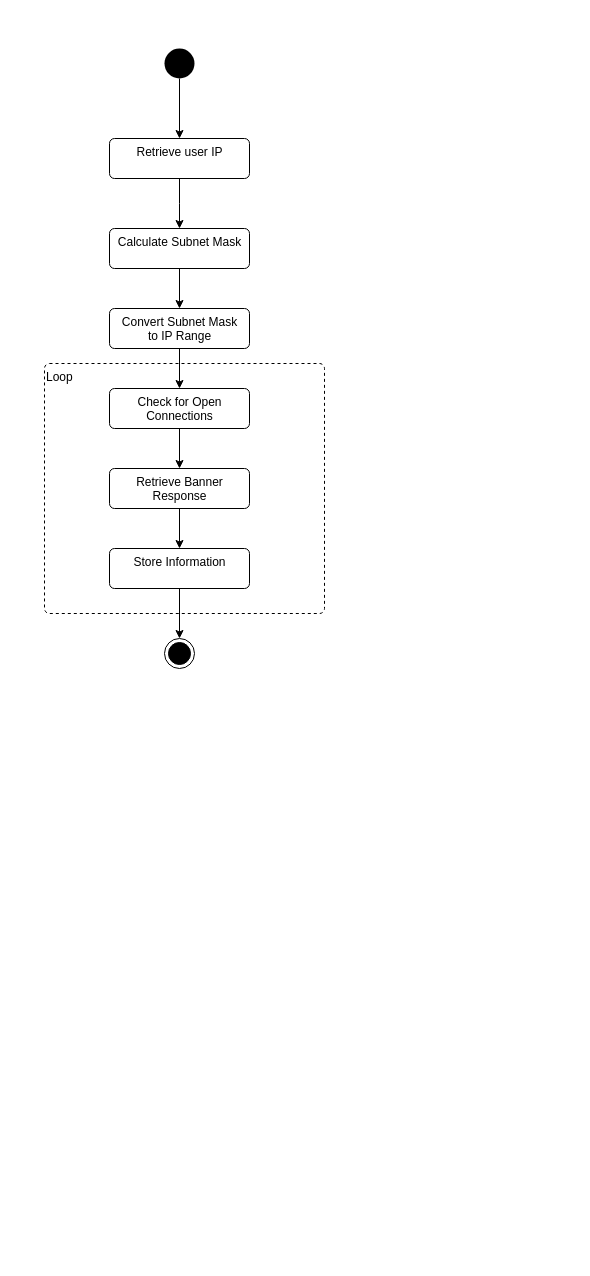
Before: page "Network Scan" (1 of 3) of Documentation/Diagrams/Design/CCI_app_UML_v01.drawio in KRechowicz/TrustUp, a draw.io diagram. Source tidied: cells renumbered, new cells numbered last; positions are measured from the earlier drawing's top-left corner, leaving out a move shared by most shapes. Both pictures are drawn from the tidied source at 100%, with x=0, y=0 at pixel (44, 48).
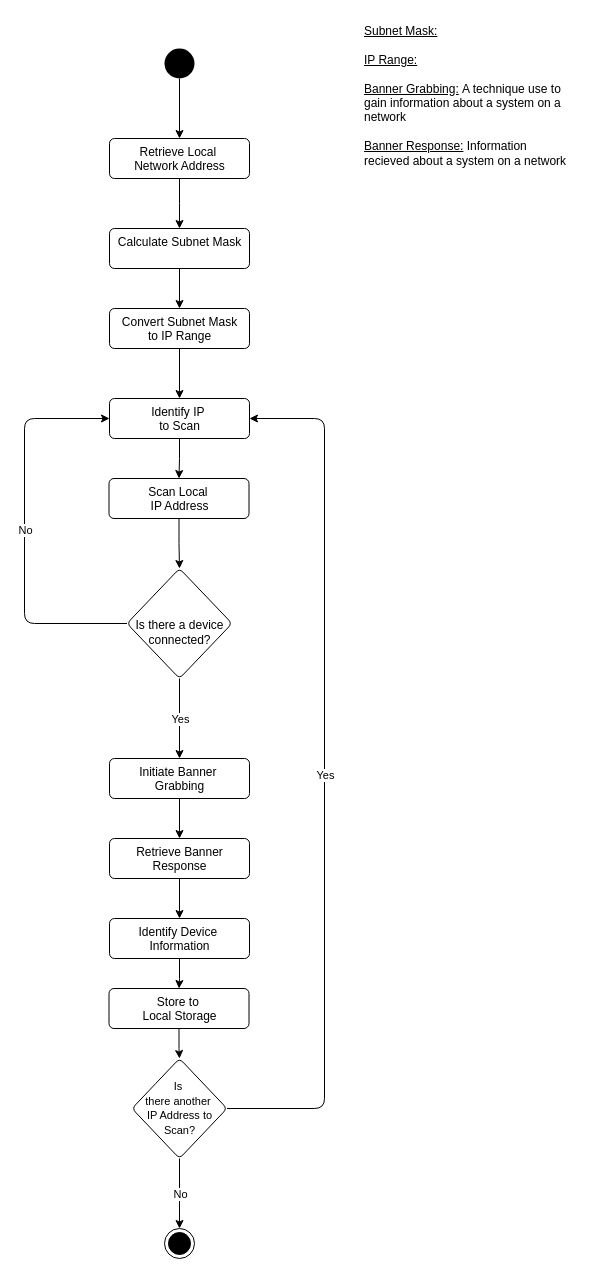
The same page after the edit.

The change refers to these unchanged cells:
```xml
<mxCell id="10" value="Convert Subnet Mask&lt;br&gt;to IP Range" style="html=1;align=center;verticalAlign=top;rounded=1;absoluteArcSize=1;arcSize=10;dashed=0;" parent="1" vertex="1">
  <mxGeometry x="65" y="260" width="140" height="40" as="geometry" />
</mxCell>
```

The edit, as a diff of the source:
```diff
@@
-    <mxCell id="2" value="Loop" style="html=1;align=left;verticalAlign=top;rounded=1;absoluteArcSize=1;arcSize=10;dashed=1;" parent="1" vertex="1">
-      <mxGeometry y="315" width="280" height="250" as="geometry" />
-    </mxCell>
@@
-    <mxCell id="6" value="Retrieve user IP" style="html=1;align=center;verticalAlign=top;rounded=1;absoluteArcSize=1;arcSize=10;dashed=0;" parent="1" vertex="1">
+    <mxCell id="6" value="Retrieve Local&amp;nbsp;&lt;br&gt;Network Address" style="html=1;align=center;verticalAlign=top;rounded=1;absoluteArcSize=1;arcSize=10;dashed=0;" parent="1" vertex="1">
       <mxGeometry x="65" y="90" width="140" height="40" as="geometry" />
     </mxCell>
@@
-    <mxCell id="9" style="edgeStyle=orthogonalEdgeStyle;rounded=0;jettySize=auto;html=1;entryX=0.5;entryY=0;entryDx=0;entryDy=0;" parent="1" edge="1" source="10" target="12">
-      <mxGeometry relative="1" as="geometry" />
-    </mxCell>
+    <mxCell id="18" style="edgeStyle=orthogonalEdgeStyle;rounded=0;jettySize=auto;html=1;entryX=0.5;entryY=0;entryDx=0;entryDy=0;" parent="1" edge="1" source="10" target="31">
+      <mxGeometry relative="1" as="geometry" />
+    </mxCell>
@@
-    <mxCell id="11" style="edgeStyle=orthogonalEdgeStyle;rounded=0;jettySize=auto;html=1;" parent="1" edge="1" source="12" target="14">
-      <mxGeometry relative="1" as="geometry" />
-    </mxCell>
-    <mxCell id="12" value="Check for Open &lt;br&gt;Connections&lt;br&gt;" style="html=1;align=center;verticalAlign=top;rounded=1;absoluteArcSize=1;arcSize=10;dashed=0;" parent="1" vertex="1">
-      <mxGeometry x="65" y="340" width="140" height="40" as="geometry" />
-    </mxCell>
-    <mxCell id="13" style="edgeStyle=orthogonalEdgeStyle;rounded=0;jettySize=auto;html=1;entryX=0.5;entryY=0;entryDx=0;entryDy=0;" parent="1" edge="1" source="14" target="16">
-      <mxGeometry relative="1" as="geometry" />
-    </mxCell>
+    <mxCell id="19" style="edgeStyle=orthogonalEdgeStyle;rounded=0;jettySize=auto;html=1;" parent="1" edge="1" source="20" target="21">
+      <mxGeometry relative="1" as="geometry" />
+    </mxCell>
+    <mxCell id="20" value="Scan Local&amp;nbsp;&lt;br&gt;IP Address" style="html=1;align=center;verticalAlign=top;rounded=1;absoluteArcSize=1;arcSize=10;dashed=0;" parent="1" vertex="1">
+      <mxGeometry x="64.5" y="430" width="140" height="40" as="geometry" />
+    </mxCell>
+    <mxCell id="21" value="&lt;div&gt;&lt;span&gt;&lt;br&gt;&lt;/span&gt;&lt;/div&gt;&lt;div&gt;&lt;span&gt;&lt;br&gt;&lt;/span&gt;&lt;/div&gt;&lt;div&gt;&lt;span&gt;&lt;br&gt;&lt;/span&gt;&lt;/div&gt;&lt;div&gt;&lt;span&gt;Is there a device connected?&lt;/span&gt;&lt;/div&gt;" style="rhombus;whiteSpace=wrap;html=1;rounded=1;dashed=0;verticalAlign=top;arcSize=10;align=center;" parent="1" vertex="1">
+      <mxGeometry x="82.5" y="520" width="105" height="110" as="geometry" />
+    </mxCell>
+    <mxCell id="22" style="endArrow=classic;html=1;exitX=0.5;exitY=1;exitDx=0;exitDy=0;entryX=0.5;entryY=0;entryDx=0;entryDy=0;" parent="1" edge="1" source="21" target="25">
+      <mxGeometry relative="1" as="geometry" />
+    </mxCell>
+    <mxCell id="23" value="Yes" style="edgeLabel;html=1;align=center;verticalAlign=middle;" parent="22" vertex="1">
+      <mxGeometry relative="1" as="geometry" />
+    </mxCell>
+    <mxCell id="24" style="edgeStyle=orthogonalEdgeStyle;rounded=0;jettySize=auto;html=1;entryX=0.5;entryY=0;entryDx=0;entryDy=0;" parent="1" edge="1" source="25" target="14">
+      <mxGeometry relative="1" as="geometry" />
+    </mxCell>
+    <mxCell id="25" value="Initiate Banner&amp;nbsp;&lt;br&gt;Grabbing" style="html=1;align=center;verticalAlign=top;rounded=1;absoluteArcSize=1;arcSize=10;dashed=0;" parent="1" vertex="1">
+      <mxGeometry x="65" y="710" width="140" height="40" as="geometry" />
+    </mxCell>
+    <mxCell id="26" style="edgeStyle=orthogonalEdgeStyle;rounded=0;jettySize=auto;html=1;entryX=0.5;entryY=0;entryDx=0;entryDy=0;" parent="1" edge="1" source="14" target="40">
+      <mxGeometry relative="1" as="geometry" />
+    </mxCell>
-    <mxCell id="14" value="Retrieve Banner &lt;br&gt;Response" style="html=1;align=center;verticalAlign=top;rounded=1;absoluteArcSize=1;arcSize=10;dashed=0;" parent="1" vertex="1">
-      <mxGeometry x="65" y="420" width="140" height="40" as="geometry" />
+    <mxCell id="14" value="Retrieve Banner&lt;br&gt;Response" style="html=1;align=center;verticalAlign=top;rounded=1;absoluteArcSize=1;arcSize=10;dashed=0;" parent="1" vertex="1">
+      <mxGeometry x="65" y="790" width="140" height="40" as="geometry" />
     </mxCell>
-    <mxCell id="15" style="edgeStyle=orthogonalEdgeStyle;rounded=0;jettySize=auto;html=1;entryX=0.5;entryY=0;entryDx=0;entryDy=0;" parent="1" edge="1" source="16" target="17">
-      <mxGeometry relative="1" as="geometry" />
-    </mxCell>
-    <mxCell id="16" value="Store Information" style="html=1;align=center;verticalAlign=top;rounded=1;absoluteArcSize=1;arcSize=10;dashed=0;" parent="1" vertex="1">
-      <mxGeometry x="65" y="500" width="140" height="40" as="geometry" />
-    </mxCell>
-    <mxCell id="17" style="ellipse;html=1;shape=endState;fillColor=#000000;strokeColor=#000000;" parent="1" vertex="1">
-      <mxGeometry x="120" y="590" width="30" height="30" as="geometry" />
-    </mxCell>
+    <mxCell id="27" value="&lt;br&gt;&lt;span style=&quot;font-size: 11px&quot;&gt;Is&amp;nbsp;&lt;/span&gt;&lt;br&gt;&lt;div&gt;&lt;span style=&quot;font-size: 11px&quot;&gt;there another&amp;nbsp;&lt;/span&gt;&lt;/div&gt;&lt;div&gt;&lt;span style=&quot;font-size: 11px&quot;&gt;IP Address to Scan?&lt;/span&gt;&lt;/div&gt;" style="rhombus;whiteSpace=wrap;html=1;rounded=1;dashed=0;verticalAlign=top;arcSize=10;" parent="1" vertex="1">
+      <mxGeometry x="87.5" y="1010" width="95" height="100" as="geometry" />
+    </mxCell>
+    <mxCell id="28" style="endArrow=classic;html=1;exitX=1;exitY=0.5;exitDx=0;exitDy=0;entryX=1;entryY=0.5;entryDx=0;entryDy=0;" parent="1" edge="1" source="27" target="31">
+      <mxGeometry relative="1" as="geometry">
+        <Array as="points">
+          <mxPoint x="280" y="1060" />
+          <mxPoint x="280" y="370" />
+        </Array>
+      </mxGeometry>
+    </mxCell>
+    <mxCell id="29" value="Yes" style="edgeLabel;html=1;align=center;verticalAlign=middle;" parent="28" vertex="1">
+      <mxGeometry relative="1" as="geometry" />
+    </mxCell>
+    <mxCell id="30" style="edgeStyle=orthogonalEdgeStyle;rounded=0;jettySize=auto;html=1;entryX=0.5;entryY=0;entryDx=0;entryDy=0;" parent="1" edge="1" source="31" target="20">
+      <mxGeometry relative="1" as="geometry" />
+    </mxCell>
+    <mxCell id="31" value="Identify IP&amp;nbsp;&lt;br&gt;to Scan" style="html=1;align=center;verticalAlign=top;rounded=1;absoluteArcSize=1;arcSize=10;dashed=0;" parent="1" vertex="1">
+      <mxGeometry x="65" y="350" width="140" height="40" as="geometry" />
+    </mxCell>
+    <mxCell id="32" style="endArrow=classic;html=1;exitX=0;exitY=0.5;exitDx=0;exitDy=0;entryX=0;entryY=0.5;entryDx=0;entryDy=0;" parent="1" edge="1" source="21" target="31">
+      <mxGeometry relative="1" as="geometry">
+        <Array as="points">
+          <mxPoint x="-20" y="575" />
+          <mxPoint x="-20" y="370" />
+        </Array>
+      </mxGeometry>
+    </mxCell>
+    <mxCell id="33" value="No" style="edgeLabel;html=1;align=center;verticalAlign=middle;" parent="32" vertex="1">
+      <mxGeometry relative="1" as="geometry" />
+    </mxCell>
+    <mxCell id="34" style="edgeStyle=orthogonalEdgeStyle;rounded=0;jettySize=auto;html=1;" parent="1" edge="1" source="35" target="27">
+      <mxGeometry relative="1" as="geometry" />
+    </mxCell>
+    <mxCell id="35" value="Store to&amp;nbsp;&lt;br&gt;Local Storage" style="html=1;align=center;verticalAlign=top;rounded=1;absoluteArcSize=1;arcSize=10;dashed=0;" parent="1" vertex="1">
+      <mxGeometry x="64.5" y="940" width="140" height="40" as="geometry" />
+    </mxCell>
+    <mxCell id="36" style="ellipse;html=1;shape=endState;fillColor=#000000;strokeColor=#000000;" parent="1" vertex="1">
+      <mxGeometry x="120" y="1180" width="30" height="30" as="geometry" />
+    </mxCell>
+    <mxCell id="37" style="endArrow=classic;html=1;exitX=0.5;exitY=1;exitDx=0;exitDy=0;entryX=0.5;entryY=0;entryDx=0;entryDy=0;" parent="1" edge="1" source="27" target="36">
+      <mxGeometry relative="1" as="geometry" />
+    </mxCell>
+    <mxCell id="38" value="No" style="edgeLabel;html=1;align=center;verticalAlign=middle;" parent="37" vertex="1">
+      <mxGeometry relative="1" as="geometry" />
+    </mxCell>
+    <mxCell id="39" style="edgeStyle=orthogonalEdgeStyle;rounded=0;jettySize=auto;html=1;" parent="1" edge="1" source="40" target="35">
+      <mxGeometry relative="1" as="geometry" />
+    </mxCell>
+    <mxCell id="40" value="Identify Device&amp;nbsp;&lt;br&gt;Information" style="html=1;align=center;verticalAlign=top;rounded=1;absoluteArcSize=1;arcSize=10;dashed=0;" parent="1" vertex="1">
+      <mxGeometry x="65" y="870" width="140" height="40" as="geometry" />
+    </mxCell>
+    <mxCell id="41" value="&lt;u&gt;Subnet Mask:&lt;br&gt;&lt;br&gt;IP Range:&lt;br&gt;&lt;br&gt;Banner Grabbing:&lt;/u&gt;&amp;nbsp;A technique use to gain information about a system on a network&lt;br&gt;&lt;br&gt;&lt;u&gt;Banner Response:&lt;/u&gt;&amp;nbsp;Information recieved about a system on a network&lt;br&gt;&lt;br&gt;" style="text;html=1;strokeColor=none;fillColor=none;align=left;verticalAlign=top;whiteSpace=wrap;rounded=0;" parent="1" vertex="1">
+      <mxGeometry x="318" y="-31" width="210" height="230" as="geometry" />
+    </mxCell>
```
